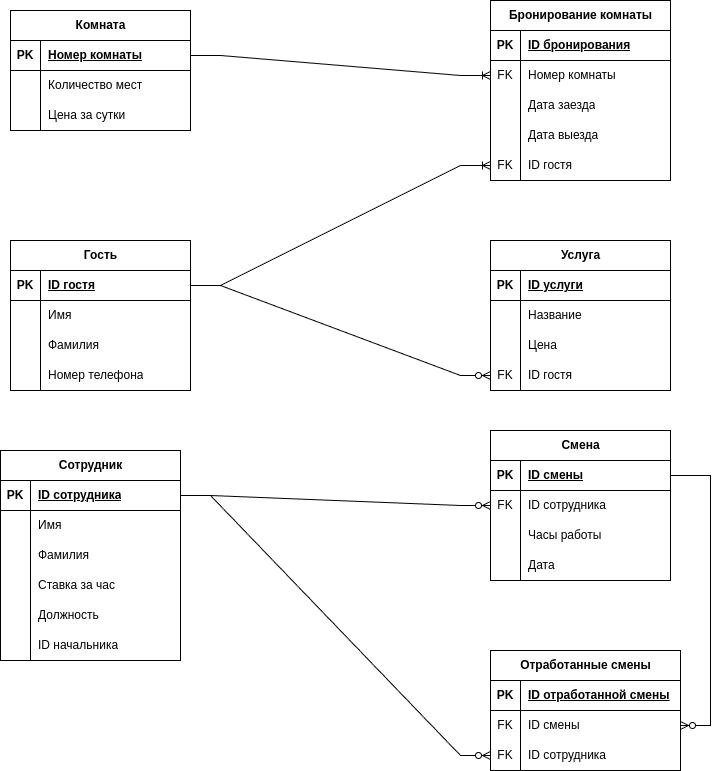
Before: project/ER.drawio.png, a diagram exported from draw.io (arinazzz/DBMS). Source tidied: cells renumbered, new cells last; positions are measured from the earlier drawing's top-left corner, leaving out a move shared by most shapes.
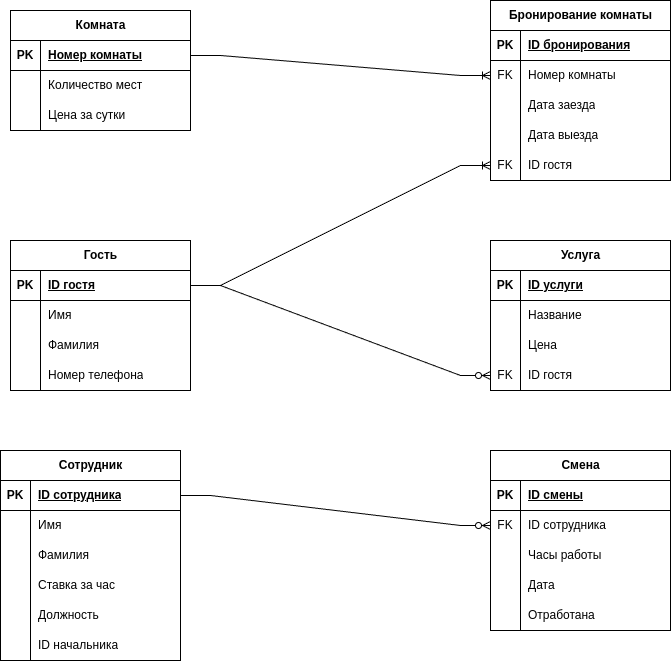
The same diagram one commit later.

Change to the diagram source:
```diff
@@ -141,7 +141,7 @@
       <mxGeometry x="30" width="150" height="30" as="geometry" />
     </mxCell>
     <mxCell id="48" value="Смена" style="shape=table;startSize=30;rowLines=0;fontStyle=1;align=center;html=1;" parent="1" vertex="1">
-      <mxGeometry x="490" y="430" width="180" height="150" as="geometry" />
+      <mxGeometry x="490" y="450" width="180" height="180" as="geometry" />
     </mxCell>
     <mxCell id="49" style="shape=tableRow;horizontal=0;startSize=0;swimlaneHead=0;swimlaneBody=0;fillColor=none;points=[[0,0.5],[1,0.5]];portConstraint=eastwest;top=0;left=0;right=0;bottom=1;" parent="48" vertex="1">
       <mxGeometry y="30" width="180" height="30" as="geometry" />
@@ -179,6 +179,15 @@
     <mxCell id="60" value="Дата" style="shape=partialRectangle;fillColor=none;top=0;left=0;bottom=0;right=0;align=left;spacingLeft=6;overflow=hidden;whiteSpace=wrap;html=1;" parent="58" vertex="1">
       <mxGeometry x="30" width="150" height="30" as="geometry" />
     </mxCell>
+    <mxCell id="102" style="shape=tableRow;horizontal=0;startSize=0;swimlaneHead=0;swimlaneBody=0;fillColor=none;top=0;left=0;right=0;bottom=0;" parent="48" vertex="1">
+      <mxGeometry y="150" width="180" height="30" as="geometry" />
+    </mxCell>
+    <mxCell id="103" style="shape=partialRectangle;fillColor=none;top=0;left=0;bottom=0;right=0;overflow=hidden;whiteSpace=wrap;html=1;" parent="102" vertex="1">
+      <mxGeometry width="30" height="30" as="geometry" />
+    </mxCell>
+    <mxCell id="104" value="Отработана" style="shape=partialRectangle;fillColor=none;top=0;left=0;bottom=0;right=0;align=left;spacingLeft=6;overflow=hidden;whiteSpace=wrap;html=1;" parent="102" vertex="1">
+      <mxGeometry x="30" width="150" height="30" as="geometry" />
+    </mxCell>
     <mxCell id="61" style="edgeStyle=entityRelationEdgeStyle;fontSize=12;html=1;endArrow=ERzeroToMany;endFill=1;rounded=0;exitX=1;exitY=0.5;exitDx=0;exitDy=0;entryX=0;entryY=0.5;entryDx=0;entryDy=0;" parent="1" edge="1" source="30" target="52">
       <mxGeometry relative="1" as="geometry" />
     </mxCell>
@@ -266,41 +275,5 @@
     <mxCell id="89" style="edgeStyle=entityRelationEdgeStyle;fontSize=12;html=1;endArrow=ERoneToMany;rounded=0;exitX=1;exitY=0.5;exitDx=0;exitDy=0;entryX=0;entryY=0.5;entryDx=0;entryDy=0;" parent="1" edge="1" source="79" target="66">
       <mxGeometry relative="1" as="geometry" />
     </mxCell>
-    <mxCell id="90" value="Отработанные смены" style="shape=table;startSize=30;rowLines=0;fontStyle=1;align=center;html=1;" parent="1" vertex="1">
-      <mxGeometry x="490" y="650" width="190" height="120" as="geometry" />
-    </mxCell>
-    <mxCell id="91" style="shape=tableRow;horizontal=0;startSize=0;swimlaneHead=0;swimlaneBody=0;fillColor=none;top=0;left=0;right=0;bottom=1;" parent="90" vertex="1">
-      <mxGeometry y="30" width="190" height="30" as="geometry" />
-    </mxCell>
-    <mxCell id="92" value="PK" style="shape=partialRectangle;fillColor=none;top=0;left=0;bottom=0;right=0;fontStyle=1;overflow=hidden;whiteSpace=wrap;html=1;" parent="91" vertex="1">
-      <mxGeometry width="30" height="30" as="geometry" />
-    </mxCell>
-    <mxCell id="93" value="ID отработанной смены" style="shape=partialRectangle;fillColor=none;top=0;left=0;bottom=0;right=0;align=left;spacingLeft=6;fontStyle=5;overflow=hidden;whiteSpace=wrap;html=1;" parent="91" vertex="1">
-      <mxGeometry x="30" width="160" height="30" as="geometry" />
-    </mxCell>
-    <mxCell id="94" style="shape=tableRow;horizontal=0;startSize=0;swimlaneHead=0;swimlaneBody=0;fillColor=none;points=[[0,0.5],[1,0.5]];portConstraint=eastwest;top=0;left=0;right=0;bottom=0;" parent="90" vertex="1">
-      <mxGeometry y="60" width="190" height="30" as="geometry" />
-    </mxCell>
-    <mxCell id="95" value="FK" style="shape=partialRectangle;fillColor=none;top=0;left=0;bottom=0;right=0;overflow=hidden;whiteSpace=wrap;html=1;" parent="94" vertex="1">
-      <mxGeometry width="30" height="30" as="geometry" />
-    </mxCell>
-    <mxCell id="96" value="ID смены" style="shape=partialRectangle;fillColor=none;top=0;left=0;bottom=0;right=0;align=left;spacingLeft=6;overflow=hidden;whiteSpace=wrap;html=1;" parent="94" vertex="1">
-      <mxGeometry x="30" width="160" height="30" as="geometry" />
-    </mxCell>
-    <mxCell id="97" style="shape=tableRow;horizontal=0;startSize=0;swimlaneHead=0;swimlaneBody=0;fillColor=none;points=[[0,0.5],[1,0.5]];portConstraint=eastwest;top=0;left=0;right=0;bottom=0;" parent="90" vertex="1">
-      <mxGeometry y="90" width="190" height="30" as="geometry" />
-    </mxCell>
-    <mxCell id="98" value="FK" style="shape=partialRectangle;fillColor=none;top=0;left=0;bottom=0;right=0;overflow=hidden;whiteSpace=wrap;html=1;" parent="97" vertex="1">
-      <mxGeometry width="30" height="30" as="geometry" />
-    </mxCell>
-    <mxCell id="99" value="ID сотрудника" style="shape=partialRectangle;fillColor=none;top=0;left=0;bottom=0;right=0;align=left;spacingLeft=6;overflow=hidden;whiteSpace=wrap;html=1;" parent="97" vertex="1">
-      <mxGeometry x="30" width="160" height="30" as="geometry" />
-    </mxCell>
-    <mxCell id="100" style="edgeStyle=entityRelationEdgeStyle;fontSize=12;html=1;endArrow=ERzeroToMany;endFill=1;rounded=0;exitX=1;exitY=0.5;exitDx=0;exitDy=0;entryX=0;entryY=0.5;entryDx=0;entryDy=0;" parent="1" edge="1" source="30" target="97">
-      <mxGeometry relative="1" as="geometry" />
-    </mxCell>
-    <mxCell id="101" style="edgeStyle=entityRelationEdgeStyle;fontSize=12;html=1;endArrow=ERzeroToMany;endFill=1;rounded=0;exitX=1;exitY=0.5;exitDx=0;exitDy=0;" parent="1" edge="1" source="49" target="94">
-      <mxGeometry relative="1" as="geometry" />
-    </mxCell>
   </root>
 </mxGraphModel>
```
